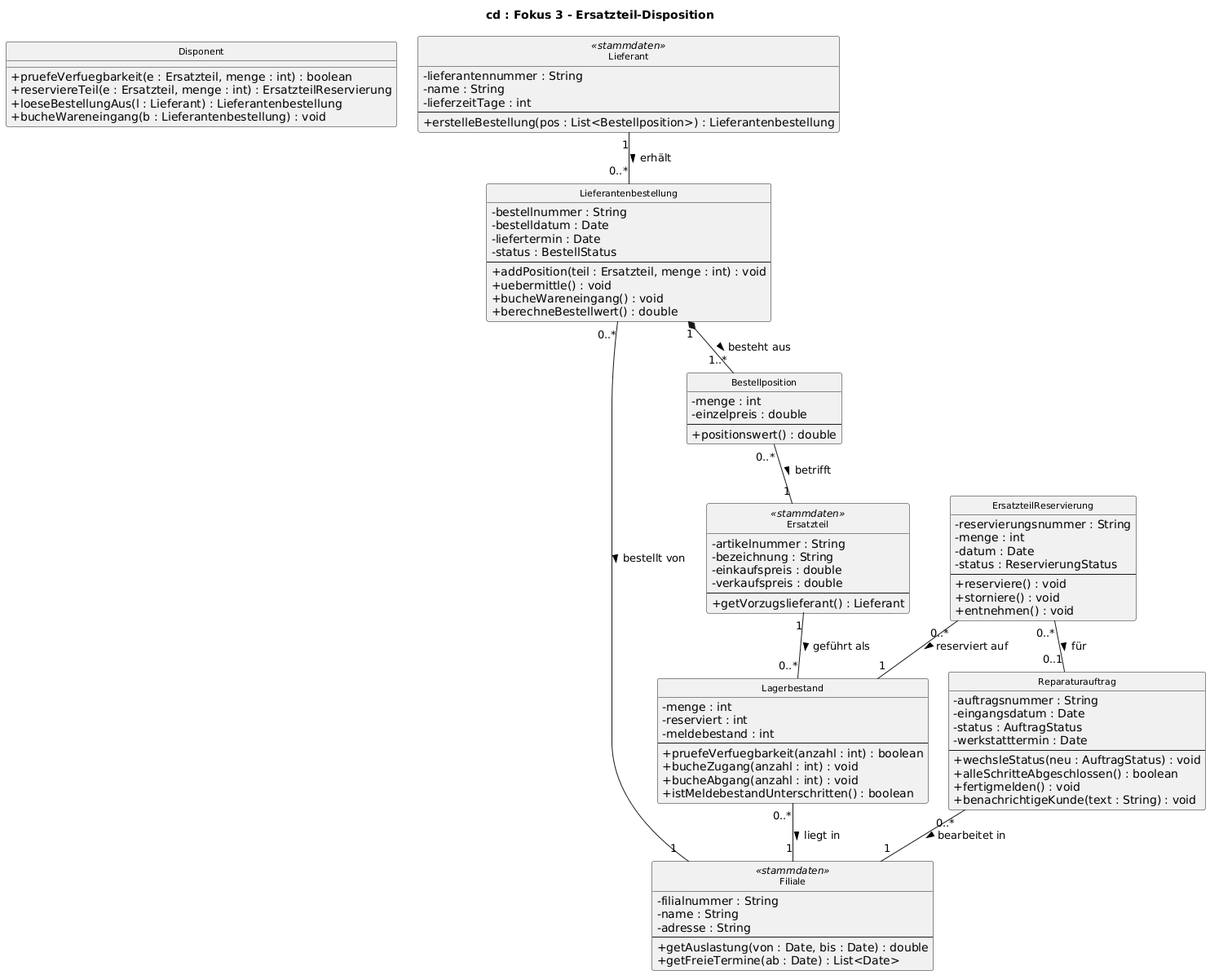
Before: uml/klassen-fokus-3-disposition.png, a diagram exported from PlantUML (jakobschwan123-cmd/casestudy-semester-3). Source of this version:
```plantuml
@startuml
skinparam classAttributeIconSize 0
skinparam defaultFontName Arial
skinparam classFontSize 11
skinparam nodesep 25
skinparam ranksep 45
hide circle
title cd : Fokus 3 - Ersatzteil-Disposition

class Disponent {
  + pruefeVerfuegbarkeit(e : Ersatzteil, menge : int) : boolean
  + reserviereTeil(e : Ersatzteil, menge : int) : ErsatzteilReservierung
  + loeseBestellungAus(l : Lieferant) : Lieferantenbestellung
  + bucheWareneingang(b : Lieferantenbestellung) : void
}
class Ersatzteil <<stammdaten>> {
  - artikelnummer : String
  - bezeichnung : String
  - einkaufspreis : double
  - verkaufspreis : double
  --
  + getVorzugslieferant() : Lieferant
}
class Lagerbestand {
  - menge : int
  - reserviert : int
  - meldebestand : int
  --
  + pruefeVerfuegbarkeit(anzahl : int) : boolean
  + bucheZugang(anzahl : int) : void
  + bucheAbgang(anzahl : int) : void
  + istMeldebestandUnterschritten() : boolean
}
class ErsatzteilReservierung {
  - reservierungsnummer : String
  - menge : int
  - datum : Date
  - status : ReservierungStatus
  --
  + reserviere() : void
  + storniere() : void
  + entnehmen() : void
}
class Lieferantenbestellung {
  - bestellnummer : String
  - bestelldatum : Date
  - liefertermin : Date
  - status : BestellStatus
  --
  + addPosition(teil : Ersatzteil, menge : int) : void
  + uebermittle() : void
  + bucheWareneingang() : void
  + berechneBestellwert() : double
}
class Bestellposition {
  - menge : int
  - einzelpreis : double
  --
  + positionswert() : double
}
class Lieferant <<stammdaten>> {
  - lieferantennummer : String
  - name : String
  - lieferzeitTage : int
  --
  + erstelleBestellung(pos : List<Bestellposition>) : Lieferantenbestellung
}
class Reparaturauftrag {
  - auftragsnummer : String
  - eingangsdatum : Date
  - status : AuftragStatus
  - werkstatttermin : Date
  --
  + wechsleStatus(neu : AuftragStatus) : void
  + alleSchritteAbgeschlossen() : boolean
  + fertigmelden() : void
  + benachrichtigeKunde(text : String) : void
}
class Filiale <<stammdaten>> {
  - filialnummer : String
  - name : String
  - adresse : String
  --
  + getAuslastung(von : Date, bis : Date) : double
  + getFreieTermine(ab : Date) : List<Date>
}
Reparaturauftrag "0..*" -- "1" Filiale : bearbeitet in >
Ersatzteil "1" -down- "0..*" Lagerbestand : geführt als >
Lagerbestand "0..*" -- "1" Filiale : liegt in >
ErsatzteilReservierung "0..*" -- "1" Lagerbestand : reserviert auf >
ErsatzteilReservierung "0..*" -- "0..1" Reparaturauftrag : für >
Lieferant "1" -down- "0..*" Lieferantenbestellung : erhält >
Lieferantenbestellung "1" *-down- "1..*" Bestellposition : besteht aus >
Bestellposition "0..*" -- "1" Ersatzteil : betrifft >
Lieferantenbestellung "0..*" -- "1" Filiale : bestellt von >
@enduml
```
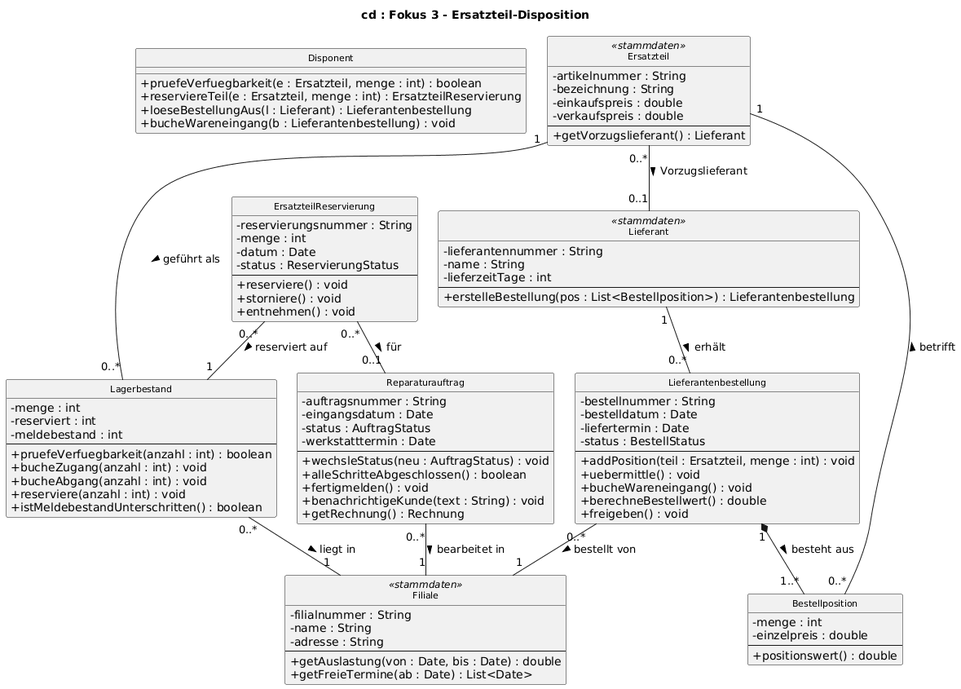
Later version of the same file.

What changed in the source:
```diff
@@ -29,6 +29,7 @@
   + pruefeVerfuegbarkeit(anzahl : int) : boolean
   + bucheZugang(anzahl : int) : void
   + bucheAbgang(anzahl : int) : void
+  + reserviere(anzahl : int) : void
   + istMeldebestandUnterschritten() : boolean
 }
 class ErsatzteilReservierung {
@@ -51,6 +52,7 @@
   + uebermittle() : void
   + bucheWareneingang() : void
   + berechneBestellwert() : double
+  + freigeben() : void
 }
 class Bestellposition {
   - menge : int
@@ -75,6 +77,7 @@
   + alleSchritteAbgeschlossen() : boolean
   + fertigmelden() : void
   + benachrichtigeKunde(text : String) : void
+  + getRechnung() : Rechnung
 }
 class Filiale <<stammdaten>> {
   - filialnummer : String
@@ -86,6 +89,7 @@
 }
 Reparaturauftrag "0..*" -- "1" Filiale : bearbeitet in >
 Ersatzteil "1" -down- "0..*" Lagerbestand : geführt als >
+Ersatzteil "0..*" -- "0..1" Lieferant : Vorzugslieferant >
 Lagerbestand "0..*" -- "1" Filiale : liegt in >
 ErsatzteilReservierung "0..*" -- "1" Lagerbestand : reserviert auf >
 ErsatzteilReservierung "0..*" -- "0..1" Reparaturauftrag : für >
```
